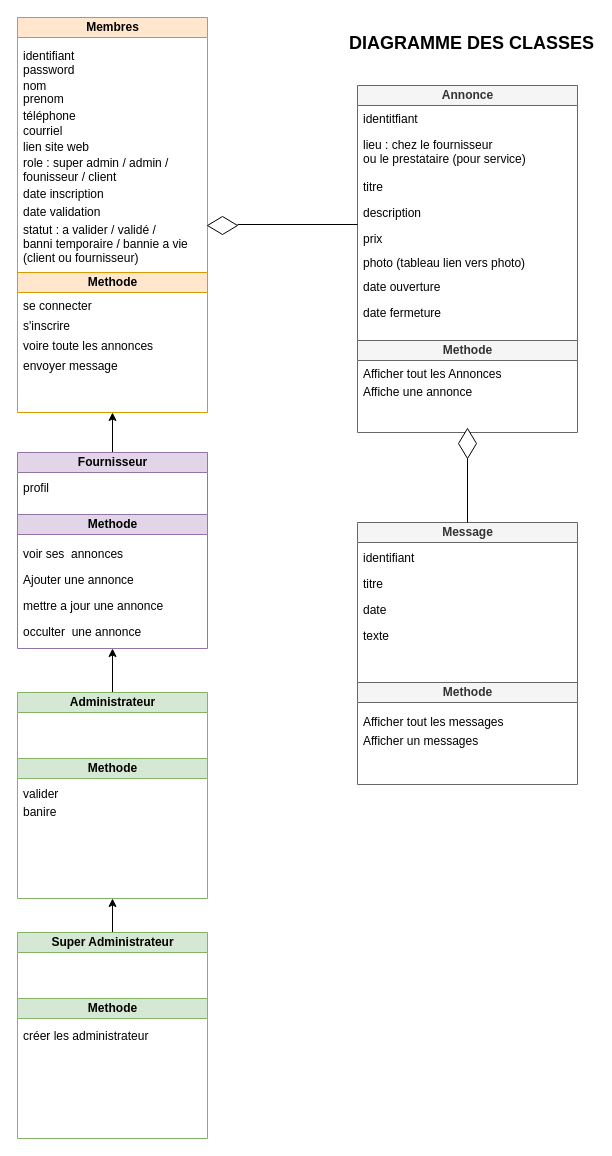
Before: fichiers_projet/database/DIAGRAMME_CLASSES.drawio in Gazowski/projet_picturing, a draw.io diagram. Source tidied: cells renumbered, new cells numbered last; positions are measured from the earlier drawing's top-left corner, leaving out a move shared by most shapes. Both pictures are drawn from the tidied source at 100%, with x=0, y=0 at pixel (17, 17).
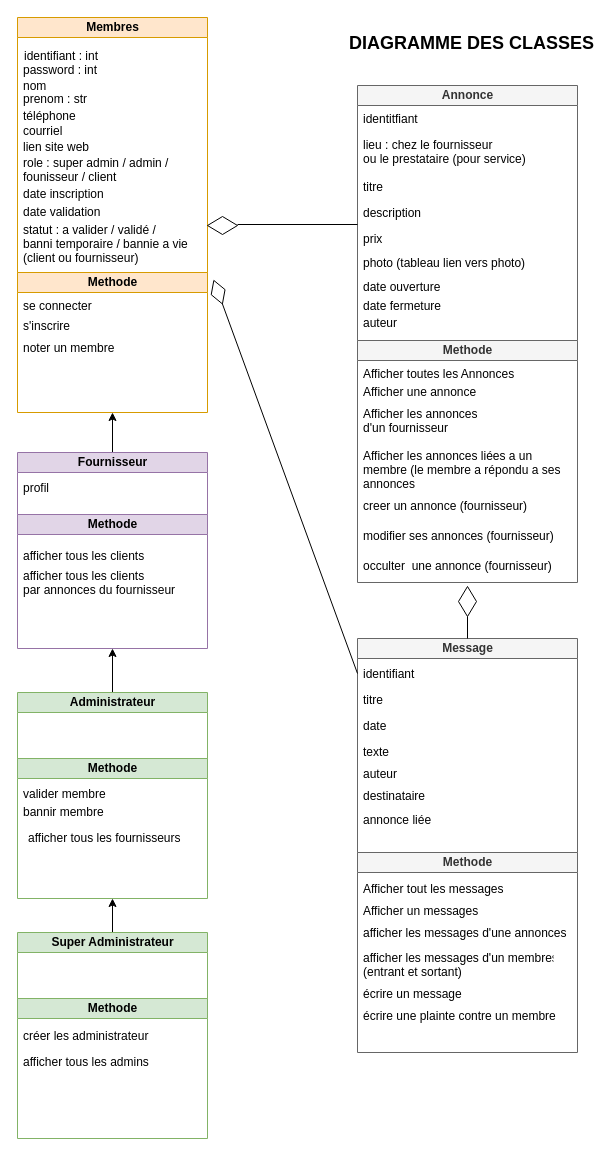
The same diagram, later.

Commit message:
modif diagramme classe

Unchanged cells that the change refers to:
```xml
<mxCell id="5" value="Methode" style="swimlane;html=1;startSize=20;horizontal=1;containerType=tree;fillColor=#ffe6cc;strokeColor=#d79b00;" parent="1" vertex="1">
  <mxGeometry y="255" width="190" height="140" as="geometry" />
</mxCell>
<mxCell id="26" value="Methode" style="swimlane;html=1;startSize=20;horizontal=1;containerType=tree;fillColor=#e1d5e7;strokeColor=#9673a6;" parent="1" vertex="1">
  <mxGeometry y="497" width="190" height="134" as="geometry" />
</mxCell>
```

Diff of the diagram source:
```diff
@@
-    <mxCell id="7" value="envoyer message" style="text;strokeColor=none;fillColor=none;align=left;verticalAlign=top;spacingLeft=4;spacingRight=4;overflow=hidden;" parent="5" vertex="1">
-      <mxGeometry y="80" width="180" height="26" as="geometry" />
-    </mxCell>
+    <mxCell id="61" value="noter un membre" style="text;strokeColor=none;fillColor=none;align=left;verticalAlign=top;spacingLeft=4;spacingRight=4;overflow=hidden;" parent="5" vertex="1">
+      <mxGeometry y="62" width="180" height="26" as="geometry" />
+    </mxCell>
@@
     <mxCell id="13" value="Methode" style="swimlane;html=1;startSize=20;horizontal=1;containerType=tree;fillColor=#f5f5f5;strokeColor=#666666;fontColor=#333333;" parent="1" vertex="1">
-      <mxGeometry x="340" y="323" width="220" height="92" as="geometry" />
+      <mxGeometry x="340" y="323" width="220" height="242" as="geometry" />
     </mxCell>
+    <mxCell id="62" value="Afficher les annonces liées a un &#10;membre (le membre a répondu a ses&#10;annonces&#10;" style="text;strokeColor=none;fillColor=none;align=left;verticalAlign=top;spacingLeft=4;spacingRight=4;overflow=hidden;" parent="13" vertex="1">
+      <mxGeometry y="102" width="220" height="42" as="geometry" />
+    </mxCell>
@@
-    <mxCell id="15" value="identifiant" style="text;strokeColor=none;fillColor=none;align=left;verticalAlign=top;spacingLeft=4;spacingRight=4;overflow=hidden;" parent="1" vertex="1">
-      <mxGeometry y="25" width="110" height="26" as="geometry" />
+    <mxCell id="15" value="identifiant : int" style="text;strokeColor=none;fillColor=none;align=left;verticalAlign=top;spacingLeft=4;spacingRight=4;overflow=hidden;" parent="1" vertex="1">
+      <mxGeometry x="1" y="25" width="110" height="26" as="geometry" />
     </mxCell>
-    <mxCell id="16" value="password" style="text;strokeColor=none;fillColor=none;align=left;verticalAlign=top;spacingLeft=4;spacingRight=4;overflow=hidden;" parent="1" vertex="1">
-      <mxGeometry y="39" width="100" height="26" as="geometry" />
+    <mxCell id="16" value="password : int" style="text;strokeColor=none;fillColor=none;align=left;verticalAlign=top;spacingLeft=4;spacingRight=4;overflow=hidden;" parent="1" vertex="1">
+      <mxGeometry y="39" width="100" height="30" as="geometry" />
     </mxCell>
-    <mxCell id="17" value="prenom" style="text;strokeColor=none;fillColor=none;align=left;verticalAlign=top;spacingLeft=4;spacingRight=4;overflow=hidden;" parent="1" vertex="1">
+    <mxCell id="17" value="prenom : str" style="text;strokeColor=none;fillColor=none;align=left;verticalAlign=top;spacingLeft=4;spacingRight=4;overflow=hidden;" parent="1" vertex="1">
       <mxGeometry y="68" width="100" height="26" as="geometry" />
     </mxCell>
@@
-    <mxCell id="24" value="voire toute les annonces" style="text;strokeColor=none;fillColor=none;align=left;verticalAlign=top;spacingLeft=4;spacingRight=4;overflow=hidden;" parent="1" vertex="1">
-      <mxGeometry y="315" width="180" height="26" as="geometry" />
-    </mxCell>
@@
-    <mxCell id="27" value="voir ses  annonces" style="text;strokeColor=none;fillColor=none;align=left;verticalAlign=top;spacingLeft=4;spacingRight=4;overflow=hidden;" parent="1" vertex="1">
-      <mxGeometry y="523" width="140" height="26" as="geometry" />
-    </mxCell>
-    <mxCell id="28" value="Ajouter une annonce" style="text;strokeColor=none;fillColor=none;align=left;verticalAlign=top;spacingLeft=4;spacingRight=4;overflow=hidden;" parent="1" vertex="1">
-      <mxGeometry y="549" width="140" height="26" as="geometry" />
-    </mxCell>
+    <mxCell id="63" value="afficher tous les clients" style="text;strokeColor=none;fillColor=none;align=left;verticalAlign=top;spacingLeft=4;spacingRight=4;overflow=hidden;" parent="26" vertex="1">
+      <mxGeometry y="28" width="180" height="26" as="geometry" />
+    </mxCell>
@@
-    <mxCell id="31" value="mettre a jour une annonce" style="text;strokeColor=none;fillColor=none;align=left;verticalAlign=top;spacingLeft=4;spacingRight=4;overflow=hidden;" parent="1" vertex="1">
-      <mxGeometry y="575" width="160" height="26" as="geometry" />
-    </mxCell>
-    <mxCell id="32" value="occulter  une annonce" style="text;strokeColor=none;fillColor=none;align=left;verticalAlign=top;spacingLeft=4;spacingRight=4;overflow=hidden;" parent="1" vertex="1">
-      <mxGeometry y="601" width="180" height="26" as="geometry" />
+    <mxCell id="32" value="occulter  une annonce (fournisseur)" style="text;strokeColor=none;fillColor=none;align=left;verticalAlign=top;spacingLeft=4;spacingRight=4;overflow=hidden;" parent="1" vertex="1">
+      <mxGeometry x="340" y="535" width="220" height="26" as="geometry" />
     </mxCell>
-    <mxCell id="33" value="valider" style="text;strokeColor=none;fillColor=none;align=left;verticalAlign=top;spacingLeft=4;spacingRight=4;overflow=hidden;" parent="1" vertex="1">
+    <mxCell id="33" value="valider membre" style="text;strokeColor=none;fillColor=none;align=left;verticalAlign=top;spacingLeft=4;spacingRight=4;overflow=hidden;" parent="1" vertex="1">
       <mxGeometry y="763" width="140" height="26" as="geometry" />
     </mxCell>
-    <mxCell id="34" value="banire" style="text;strokeColor=none;fillColor=none;align=left;verticalAlign=top;spacingLeft=4;spacingRight=4;overflow=hidden;" parent="1" vertex="1">
+    <mxCell id="34" value="bannir membre" style="text;strokeColor=none;fillColor=none;align=left;verticalAlign=top;spacingLeft=4;spacingRight=4;overflow=hidden;" parent="1" vertex="1">
       <mxGeometry y="781" width="140" height="26" as="geometry" />
     </mxCell>
@@
     <mxCell id="39" value="Message" style="swimlane;html=1;startSize=20;horizontal=1;containerType=tree;fillColor=#f5f5f5;strokeColor=#666666;fontColor=#333333;" parent="1" vertex="1">
-      <mxGeometry x="340" y="505" width="220" height="160" as="geometry" />
+      <mxGeometry x="340" y="621" width="220" height="214" as="geometry" />
     </mxCell>
+    <mxCell id="64" value="destinataire" style="text;strokeColor=none;fillColor=none;align=left;verticalAlign=top;spacingLeft=4;spacingRight=4;overflow=hidden;" parent="39" vertex="1">
+      <mxGeometry y="144" width="200" height="26" as="geometry" />
+    </mxCell>
+    <mxCell id="65" value="annonce liée" style="text;strokeColor=none;fillColor=none;align=left;verticalAlign=top;spacingLeft=4;spacingRight=4;overflow=hidden;" parent="39" vertex="1">
+      <mxGeometry y="168" width="200" height="26" as="geometry" />
+    </mxCell>
     <mxCell id="40" value="Methode" style="swimlane;html=1;startSize=20;horizontal=1;containerType=tree;fillColor=#f5f5f5;strokeColor=#666666;fontColor=#333333;" parent="1" vertex="1">
-      <mxGeometry x="340" y="665" width="220" height="102" as="geometry" />
+      <mxGeometry x="340" y="835" width="220" height="200" as="geometry" />
     </mxCell>
+    <mxCell id="66" value="afficher les messages d'une annonces" style="text;strokeColor=none;fillColor=none;align=left;verticalAlign=top;spacingLeft=4;spacingRight=4;overflow=hidden;" parent="40" vertex="1">
+      <mxGeometry y="67" width="230" height="31" as="geometry" />
+    </mxCell>
+    <mxCell id="67" value="afficher les messages d'un membres&#10;(entrant et sortant)" style="text;strokeColor=none;fillColor=none;align=left;verticalAlign=top;spacingLeft=4;spacingRight=4;overflow=hidden;" parent="40" vertex="1">
+      <mxGeometry y="91.5" width="200" height="31" as="geometry" />
+    </mxCell>
+    <mxCell id="68" value="écrire une plainte contre un membre" style="text;strokeColor=none;fillColor=none;align=left;verticalAlign=top;spacingLeft=4;spacingRight=4;overflow=hidden;" parent="40" vertex="1">
+      <mxGeometry y="150" width="210" height="26" as="geometry" />
+    </mxCell>
@@
     <mxCell id="48" value="date fermeture" style="text;strokeColor=none;fillColor=none;align=left;verticalAlign=top;spacingLeft=4;spacingRight=4;overflow=hidden;" parent="1" vertex="1">
-      <mxGeometry x="340" y="282" width="200" height="31" as="geometry" />
+      <mxGeometry x="340" y="275" width="200" height="31" as="geometry" />
     </mxCell>
-    <mxCell id="49" value="Afficher tout les Annonces" style="text;strokeColor=none;fillColor=none;align=left;verticalAlign=top;spacingLeft=4;spacingRight=4;overflow=hidden;" parent="1" vertex="1">
+    <mxCell id="49" value="Afficher toutes les Annonces" style="text;strokeColor=none;fillColor=none;align=left;verticalAlign=top;spacingLeft=4;spacingRight=4;overflow=hidden;" parent="1" vertex="1">
       <mxGeometry x="340" y="343" width="200" height="31" as="geometry" />
     </mxCell>
-    <mxCell id="50" value="Affiche une annonce" style="text;strokeColor=none;fillColor=none;align=left;verticalAlign=top;spacingLeft=4;spacingRight=4;overflow=hidden;" parent="1" vertex="1">
+    <mxCell id="50" value="Afficher une annonce" style="text;strokeColor=none;fillColor=none;align=left;verticalAlign=top;spacingLeft=4;spacingRight=4;overflow=hidden;" parent="1" vertex="1">
       <mxGeometry x="340" y="361" width="200" height="22" as="geometry" />
     </mxCell>
     <mxCell id="51" value="identifiant" style="text;strokeColor=none;fillColor=none;align=left;verticalAlign=top;spacingLeft=4;spacingRight=4;overflow=hidden;points=[[0,0.5],[1,0.5]];portConstraint=eastwest;" parent="1" vertex="1">
-      <mxGeometry x="340" y="527" width="200" height="26" as="geometry" />
+      <mxGeometry x="340" y="643" width="200" height="26" as="geometry" />
     </mxCell>
     <mxCell id="52" value="titre" style="text;strokeColor=none;fillColor=none;align=left;verticalAlign=top;spacingLeft=4;spacingRight=4;overflow=hidden;" parent="1" vertex="1">
-      <mxGeometry x="340" y="553" width="200" height="26" as="geometry" />
+      <mxGeometry x="340" y="669" width="200" height="26" as="geometry" />
     </mxCell>
     <mxCell id="53" value="date" style="text;strokeColor=none;fillColor=none;align=left;verticalAlign=top;spacingLeft=4;spacingRight=4;overflow=hidden;" parent="1" vertex="1">
-      <mxGeometry x="340" y="579" width="200" height="26" as="geometry" />
+      <mxGeometry x="340" y="695" width="200" height="26" as="geometry" />
     </mxCell>
     <mxCell id="54" value="texte" style="text;strokeColor=none;fillColor=none;align=left;verticalAlign=top;spacingLeft=4;spacingRight=4;overflow=hidden;" parent="1" vertex="1">
-      <mxGeometry x="340" y="605" width="200" height="26" as="geometry" />
+      <mxGeometry x="340" y="721" width="200" height="26" as="geometry" />
     </mxCell>
     <mxCell id="55" value="Afficher tout les messages" style="text;strokeColor=none;fillColor=none;align=left;verticalAlign=top;spacingLeft=4;spacingRight=4;overflow=hidden;" parent="1" vertex="1">
-      <mxGeometry x="340" y="690.5" width="200" height="31" as="geometry" />
+      <mxGeometry x="340" y="858" width="200" height="31" as="geometry" />
     </mxCell>
     <mxCell id="56" value="Afficher un messages" style="text;strokeColor=none;fillColor=none;align=left;verticalAlign=top;spacingLeft=4;spacingRight=4;overflow=hidden;" parent="1" vertex="1">
-      <mxGeometry x="340" y="710" width="200" height="31" as="geometry" />
+      <mxGeometry x="340" y="880" width="200" height="31" as="geometry" />
     </mxCell>
@@
     <mxCell id="59" style="shape=rhombus;perimeter=rhombusPerimeter;whiteSpace=wrap;html=1;align=center;rotation=90;" parent="1" vertex="1">
-      <mxGeometry x="435" y="417" width="30" height="18" as="geometry" />
+      <mxGeometry x="435" y="575" width="30" height="18" as="geometry" />
     </mxCell>
@@
+    <mxCell id="69" style="endArrow=diamondThin;endFill=0;endSize=24;html=1;exitX=0;exitY=0.5;exitDx=0;exitDy=0;" parent="1" edge="1" source="51">
+      <mxGeometry relative="1" as="geometry">
+        <mxPoint x="196" y="262" as="targetPoint" />
+      </mxGeometry>
+    </mxCell>
+    <mxCell id="70" value="auteur" style="text;strokeColor=none;fillColor=none;align=left;verticalAlign=top;spacingLeft=4;spacingRight=4;overflow=hidden;" parent="1" vertex="1">
+      <mxGeometry x="340" y="743" width="200" height="26" as="geometry" />
+    </mxCell>
+    <mxCell id="71" value="auteur" style="text;strokeColor=none;fillColor=none;align=left;verticalAlign=top;spacingLeft=4;spacingRight=4;overflow=hidden;" parent="1" vertex="1">
+      <mxGeometry x="340" y="292" width="200" height="31" as="geometry" />
+    </mxCell>
+    <mxCell id="7" value="écrire un message" style="text;strokeColor=none;fillColor=none;align=left;verticalAlign=top;spacingLeft=4;spacingRight=4;overflow=hidden;" parent="1" vertex="1">
+      <mxGeometry x="340" y="963" width="180" height="26" as="geometry" />
+    </mxCell>
+    <mxCell id="72" value="Afficher les annonces &#10;d'un fournisseur" style="text;strokeColor=none;fillColor=none;align=left;verticalAlign=top;spacingLeft=4;spacingRight=4;overflow=hidden;" parent="1" vertex="1">
+      <mxGeometry x="340" y="383" width="200" height="42" as="geometry" />
+    </mxCell>
+    <mxCell id="73" value="creer un annonce (fournisseur)" style="text;strokeColor=none;fillColor=none;align=left;verticalAlign=top;spacingLeft=4;spacingRight=4;overflow=hidden;" parent="1" vertex="1">
+      <mxGeometry x="340" y="475" width="200" height="30" as="geometry" />
+    </mxCell>
+    <mxCell id="74" value="modifier ses annonces (fournisseur)" style="text;strokeColor=none;fillColor=none;align=left;verticalAlign=top;spacingLeft=4;spacingRight=4;overflow=hidden;" parent="1" vertex="1">
+      <mxGeometry x="340" y="505" width="200" height="30" as="geometry" />
+    </mxCell>
+    <mxCell id="75" value="afficher tous les clients &#10;par annonces du fournisseur" style="text;strokeColor=none;fillColor=none;align=left;verticalAlign=top;spacingLeft=4;spacingRight=4;overflow=hidden;" parent="1" vertex="1">
+      <mxGeometry y="544.5" width="180" height="39" as="geometry" />
+    </mxCell>
+    <mxCell id="76" value="afficher tous les fournisseurs" style="text;strokeColor=none;fillColor=none;align=left;verticalAlign=top;spacingLeft=4;spacingRight=4;overflow=hidden;" parent="1" vertex="1">
+      <mxGeometry x="5" y="807" width="180" height="26" as="geometry" />
+    </mxCell>
+    <mxCell id="77" value="afficher tous les admins" style="text;strokeColor=none;fillColor=none;align=left;verticalAlign=top;spacingLeft=4;spacingRight=4;overflow=hidden;" parent="1" vertex="1">
+      <mxGeometry y="1031" width="180" height="26" as="geometry" />
+    </mxCell>
```
